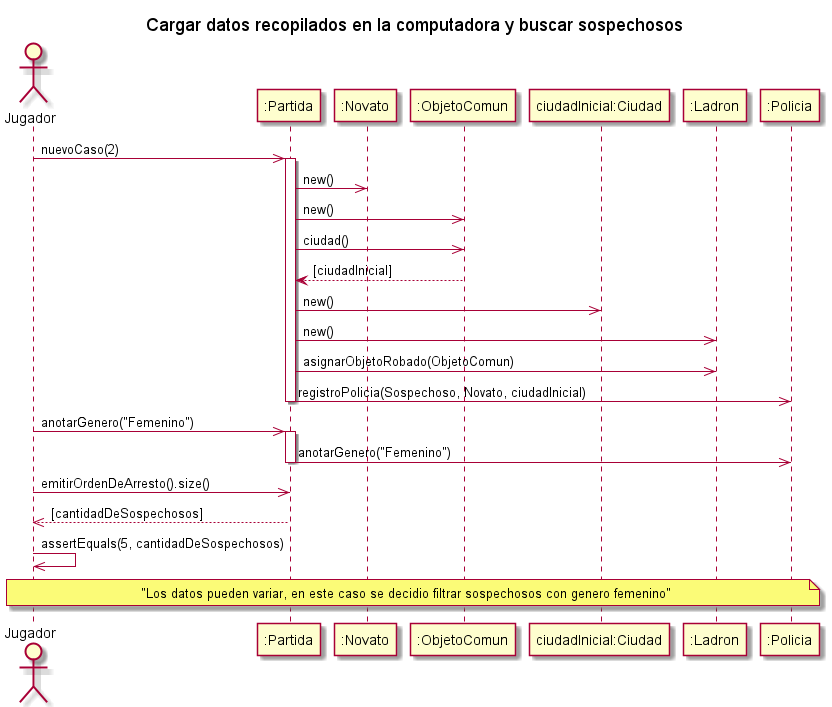
Above: diagrams/sequences/entrega2/DS_CargarDatosEnComputadoraYBuscarSospechosos.png in kmu01/Algo3_tp2 (PlantUML), before the change.
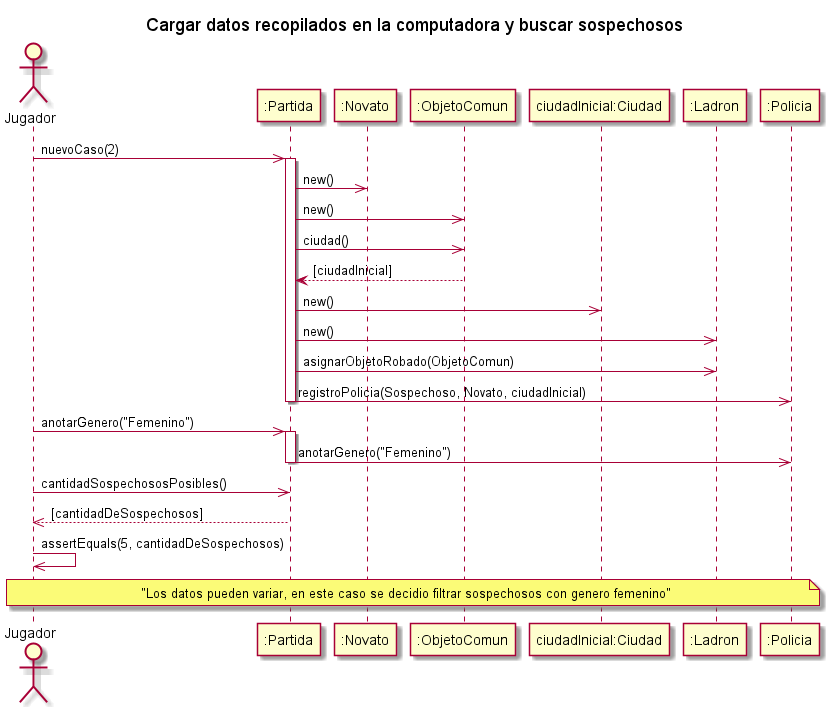
Later version of the same file.

Change to the diagram source:
```diff
@@ -25,7 +25,7 @@
 activate Partida
 Partida ->> Policia : anotarGenero("Femenino")
 deactivate Partida
-AlgoThief ->> Partida : emitirOrdenDeArresto().size()
+AlgoThief ->> Partida : cantidadSospechososPosibles()
 return[cantidadDeSospechosos]
 AlgoThief ->> AlgoThief : assertEquals(5, cantidadDeSospechosos)
 
```
